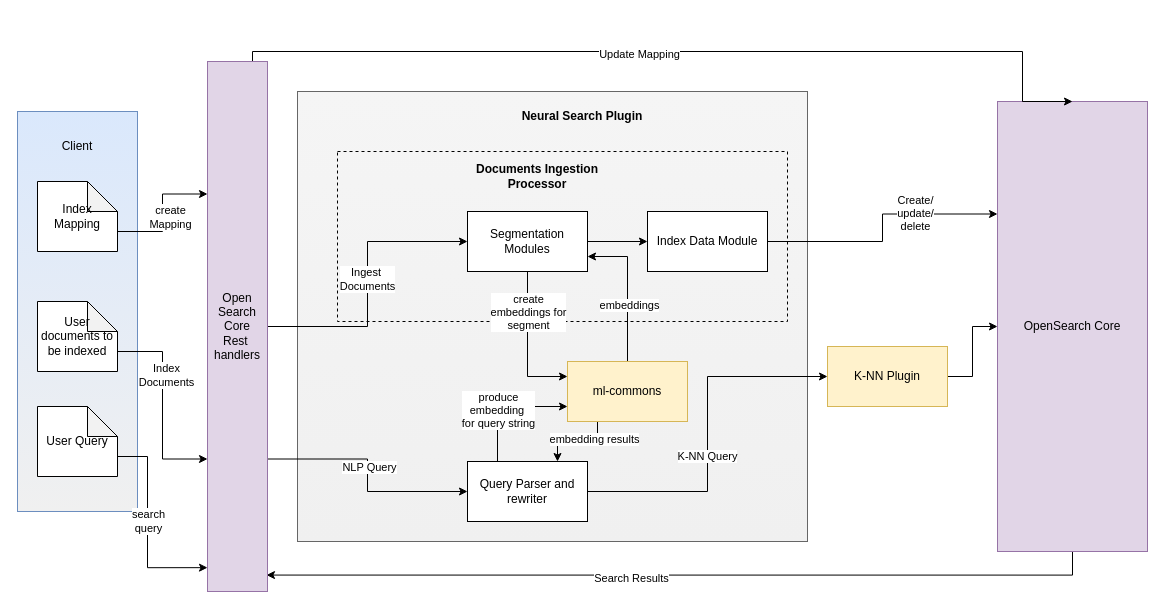
Above: OpenSearch/SemanticsSearch.drawio in navneet1v/FlowDiagram (draw.io), before the change. Source tidied: cells renumbered, new cells numbered last; positions are measured from the earlier drawing's top-left corner, leaving out a move shared by most shapes. Both pictures are drawn from the tidied source at 100%, with x=0, y=0 at pixel (17, 51).
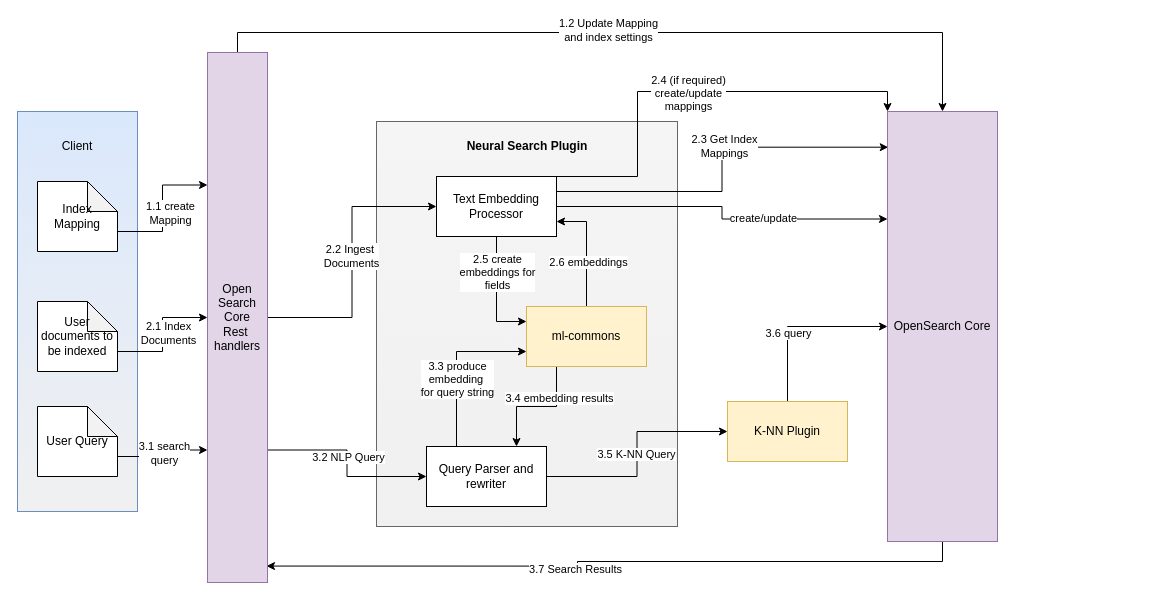
After the change.

Commit message:
Update SemanticsSearch.drawio with Ingestion module changes

Unchanged cells that the change refers to:
```xml
<mxCell id="6" style="edgeStyle=orthogonalEdgeStyle;rounded=0;jettySize=auto;html=1;exitX=0.5;exitY=1;exitDx=0;exitDy=0;entryX=0;entryY=0.25;entryDx=0;entryDy=0;" parent="1" edge="1" source="8" target="31">
  <mxGeometry relative="1" as="geometry" />
</mxCell>
<mxCell id="9" style="edgeStyle=orthogonalEdgeStyle;rounded=0;jettySize=auto;html=1;exitX=1;exitY=0.5;exitDx=0;exitDy=0;entryX=0;entryY=0.5;entryDx=0;entryDy=0;" parent="1" edge="1" source="13" target="45">
  <mxGeometry relative="1" as="geometry" />
</mxCell>
<mxCell id="11" style="edgeStyle=orthogonalEdgeStyle;rounded=0;jettySize=auto;html=1;exitX=0.25;exitY=0;exitDx=0;exitDy=0;entryX=0;entryY=0.75;entryDx=0;entryDy=0;" parent="1" edge="1" source="13" target="31">
  <mxGeometry relative="1" as="geometry" />
</mxCell>
<mxCell id="14" style="edgeStyle=orthogonalEdgeStyle;rounded=0;jettySize=auto;html=1;exitX=1;exitY=0.5;exitDx=0;exitDy=0;entryX=0;entryY=0.5;entryDx=0;entryDy=0;" parent="1" edge="1" source="39" target="8">
  <mxGeometry relative="1" as="geometry" />
</mxCell>
<mxCell id="16" style="edgeStyle=orthogonalEdgeStyle;rounded=0;jettySize=auto;html=1;exitX=1;exitY=0.75;exitDx=0;exitDy=0;entryX=0;entryY=0.5;entryDx=0;entryDy=0;" parent="1" edge="1" source="39" target="13">
  <mxGeometry relative="1" as="geometry" />
</mxCell>
<mxCell id="23" value="User documents to be indexed" style="shape=note;whiteSpace=wrap;html=1;backgroundOutline=1;darkOpacity=0.05;" parent="1" vertex="1">
  <mxGeometry x="20" y="250" width="80" height="70" as="geometry" />
</mxCell>
<mxCell id="26" value="User Query" style="shape=note;whiteSpace=wrap;html=1;backgroundOutline=1;darkOpacity=0.05;" parent="1" vertex="1">
  <mxGeometry x="20" y="355" width="80" height="70" as="geometry" />
</mxCell>
<mxCell id="27" style="edgeStyle=orthogonalEdgeStyle;rounded=0;jettySize=auto;html=1;exitX=0.25;exitY=1;exitDx=0;exitDy=0;entryX=0.75;entryY=0;entryDx=0;entryDy=0;" parent="1" edge="1" source="31" target="13">
  <mxGeometry relative="1" as="geometry" />
</mxCell>
<mxCell id="29" style="edgeStyle=orthogonalEdgeStyle;rounded=0;jettySize=auto;html=1;exitX=0.5;exitY=0;exitDx=0;exitDy=0;entryX=1;entryY=0.75;entryDx=0;entryDy=0;" parent="1" edge="1" source="31" target="8">
  <mxGeometry relative="1" as="geometry" />
</mxCell>
<mxCell id="32" style="edgeStyle=orthogonalEdgeStyle;rounded=0;jettySize=auto;html=1;exitX=0.5;exitY=1;exitDx=0;exitDy=0;entryX=0.983;entryY=0.969;entryDx=0;entryDy=0;entryPerimeter=0;" parent="1" edge="1" source="34" target="39">
  <mxGeometry relative="1" as="geometry" />
</mxCell>
<mxCell id="40" style="edgeStyle=orthogonalEdgeStyle;rounded=0;jettySize=auto;html=1;exitX=0;exitY=0;exitDx=80;exitDy=50;exitPerimeter=0;entryX=0;entryY=0.25;entryDx=0;entryDy=0;" parent="1" edge="1" source="42" target="39">
  <mxGeometry relative="1" as="geometry" />
</mxCell>
```

Diff of the diagram source:
```diff
@@
     <mxCell id="3" style="rounded=0;whiteSpace=wrap;html=1;fillColor=#f5f5f5;fontColor=#333333;strokeColor=#666666;gradientColor=#F0F0F0;" parent="1" vertex="1">
-      <mxGeometry x="280" y="40" width="510" height="450" as="geometry" />
+      <mxGeometry x="359" y="70" width="301" height="405" as="geometry" />
     </mxCell>
-    <mxCell id="4" style="rounded=0;whiteSpace=wrap;html=1;gradientColor=none;fillColor=none;dashed=1;" parent="1" vertex="1">
-      <mxGeometry x="320" y="100" width="450" height="170" as="geometry" />
-    </mxCell>
-    <mxCell id="5" style="edgeStyle=orthogonalEdgeStyle;rounded=0;jettySize=auto;html=1;exitX=1;exitY=0.5;exitDx=0;exitDy=0;entryX=0;entryY=0.5;entryDx=0;entryDy=0;" parent="1" edge="1" source="8" target="20">
-      <mxGeometry relative="1" as="geometry" />
-    </mxCell>
@@
-    <mxCell id="7" value="create&lt;br&gt;embeddings for&lt;br&gt;segment" style="edgeLabel;html=1;align=center;verticalAlign=middle;" parent="6" vertex="1">
+    <mxCell id="7" value="2.5 create&lt;br&gt;embeddings for&lt;br&gt;fields" style="edgeLabel;html=1;align=center;verticalAlign=middle;" parent="6" vertex="1">
       <mxGeometry x="-0.64" relative="1" as="geometry">
         <mxPoint y="14" as="offset" />
       </mxGeometry>
     </mxCell>
+    <mxCell id="46" style="edgeStyle=orthogonalEdgeStyle;rounded=0;jettySize=auto;html=1;exitX=1;exitY=0.5;exitDx=0;exitDy=0;entryX=0;entryY=0.25;entryDx=0;entryDy=0;" parent="1" edge="1" source="8" target="34">
+      <mxGeometry relative="1" as="geometry" />
+    </mxCell>
+    <mxCell id="47" value="create/update" style="edgeLabel;html=1;align=center;verticalAlign=middle;" parent="46" vertex="1">
+      <mxGeometry x="0.27" y="1" relative="1" as="geometry">
+        <mxPoint x="1" as="offset" />
+      </mxGeometry>
+    </mxCell>
+    <mxCell id="48" style="edgeStyle=orthogonalEdgeStyle;rounded=0;jettySize=auto;html=1;exitX=1;exitY=0.25;exitDx=0;exitDy=0;entryX=0.007;entryY=0.083;entryDx=0;entryDy=0;entryPerimeter=0;" parent="1" edge="1" source="8" target="34">
+      <mxGeometry relative="1" as="geometry" />
+    </mxCell>
+    <mxCell id="49" value="2.3 Get Index&lt;br&gt;Mappings" style="edgeLabel;html=1;align=center;verticalAlign=middle;" parent="48" vertex="1">
+      <mxGeometry x="0.13" y="1" relative="1" as="geometry" />
+    </mxCell>
-    <mxCell id="8" value="Segmentation Modules" style="rounded=0;whiteSpace=wrap;html=1;" parent="1" vertex="1">
-      <mxGeometry x="450" y="160" width="120" height="60" as="geometry" />
+    <mxCell id="8" value="Text Embedding Processor" style="rounded=0;whiteSpace=wrap;html=1;" parent="1" vertex="1">
+      <mxGeometry x="419" y="125" width="120" height="60" as="geometry" />
     </mxCell>
@@
-    <mxCell id="10" value="K-NN Query" style="edgeLabel;html=1;align=center;verticalAlign=middle;" parent="9" vertex="1">
-      <mxGeometry x="-0.12" y="1" relative="1" as="geometry" />
-    </mxCell>
+    <mxCell id="50" value="3.5 K-NN Query" style="edgeLabel;html=1;align=center;verticalAlign=middle;" parent="9" vertex="1">
+      <mxGeometry x="0.01" y="1" relative="1" as="geometry">
+        <mxPoint y="1" as="offset" />
+      </mxGeometry>
+    </mxCell>
@@
-    <mxCell id="12" value="produce&lt;br&gt;embedding&amp;nbsp;&lt;br&gt;for query string" style="edgeLabel;html=1;align=center;verticalAlign=middle;" parent="11" vertex="1">
+    <mxCell id="12" value="3.3 produce&lt;br&gt;embedding&amp;nbsp;&lt;br&gt;for query string" style="edgeLabel;html=1;align=center;verticalAlign=middle;" parent="11" vertex="1">
       <mxGeometry x="-0.17" relative="1" as="geometry" />
     </mxCell>
     <mxCell id="13" value="Query Parser and rewriter" style="rounded=0;whiteSpace=wrap;html=1;" parent="1" vertex="1">
-      <mxGeometry x="450" y="410" width="120" height="60" as="geometry" />
+      <mxGeometry x="409" y="395" width="120" height="60" as="geometry" />
     </mxCell>
@@
-    <mxCell id="15" value="Ingest&amp;nbsp;&lt;br&gt;Documents" style="edgeLabel;html=1;align=center;verticalAlign=middle;" parent="14" vertex="1">
+    <mxCell id="15" value="2.2 Ingest&amp;nbsp;&lt;br&gt;Documents" style="edgeLabel;html=1;align=center;verticalAlign=middle;" parent="14" vertex="1">
       <mxGeometry x="0.04" y="1" relative="1" as="geometry" />
     </mxCell>
@@
-    <mxCell id="17" value="NLP Query" style="edgeLabel;html=1;align=center;verticalAlign=middle;" parent="16" vertex="1">
+    <mxCell id="17" value="3.2 NLP Query" style="edgeLabel;html=1;align=center;verticalAlign=middle;" parent="16" vertex="1">
       <mxGeometry x="-0.07" y="1" relative="1" as="geometry" />
     </mxCell>
-    <mxCell id="18" style="edgeStyle=orthogonalEdgeStyle;rounded=0;jettySize=auto;html=1;exitX=1;exitY=0.5;exitDx=0;exitDy=0;entryX=0;entryY=0.25;entryDx=0;entryDy=0;" parent="1" edge="1" source="20" target="34">
-      <mxGeometry relative="1" as="geometry" />
-    </mxCell>
-    <mxCell id="19" value="Create/&lt;br&gt;update/&lt;br&gt;delete" style="edgeLabel;html=1;align=center;verticalAlign=middle;" parent="18" vertex="1">
-      <mxGeometry x="0.36" y="1" relative="1" as="geometry" />
-    </mxCell>
-    <mxCell id="20" value="Index Data Module" style="rounded=0;whiteSpace=wrap;html=1;" parent="1" vertex="1">
-      <mxGeometry x="630" y="160" width="120" height="60" as="geometry" />
-    </mxCell>
-    <mxCell id="21" style="edgeStyle=orthogonalEdgeStyle;rounded=0;jettySize=auto;html=1;exitX=0;exitY=0;exitDx=80;exitDy=50;exitPerimeter=0;entryX=0;entryY=0.75;entryDx=0;entryDy=0;" parent="1" edge="1" source="23" target="39">
+    <mxCell id="21" style="edgeStyle=orthogonalEdgeStyle;rounded=0;jettySize=auto;html=1;exitX=0;exitY=0;exitDx=80;exitDy=50;exitPerimeter=0;entryX=0;entryY=0.5;entryDx=0;entryDy=0;" parent="1" edge="1" source="23" target="39">
       <mxGeometry relative="1" as="geometry" />
     </mxCell>
-    <mxCell id="22" value="Index&lt;br&gt;Documents" style="edgeLabel;html=1;align=center;verticalAlign=middle;" parent="21" vertex="1">
+    <mxCell id="22" value="2.1 Index&lt;br&gt;Documents" style="edgeLabel;html=1;align=center;verticalAlign=middle;" parent="21" vertex="1">
       <mxGeometry x="-0.18" y="-1" relative="1" as="geometry">
         <mxPoint x="4" y="-13" as="offset" />
       </mxGeometry>
     </mxCell>
@@
-    <mxCell id="24" style="edgeStyle=orthogonalEdgeStyle;rounded=0;jettySize=auto;html=1;exitX=0;exitY=0;exitDx=80;exitDy=50;exitPerimeter=0;entryX=0;entryY=0.955;entryDx=0;entryDy=0;entryPerimeter=0;" parent="1" edge="1" source="26" target="39">
-      <mxGeometry relative="1" as="geometry">
-        <Array as="points">
-          <mxPoint x="130" y="405" />
-          <mxPoint x="130" y="516" />
-        </Array>
-      </mxGeometry>
+    <mxCell id="24" style="edgeStyle=orthogonalEdgeStyle;rounded=0;jettySize=auto;html=1;exitX=0;exitY=0;exitDx=80;exitDy=50;exitPerimeter=0;entryX=0;entryY=0.75;entryDx=0;entryDy=0;" parent="1" edge="1" source="26" target="39">
+      <mxGeometry relative="1" as="geometry" />
     </mxCell>
-    <mxCell id="25" value="search&lt;br&gt;query" style="edgeLabel;html=1;align=center;verticalAlign=middle;" parent="24" vertex="1">
-      <mxGeometry x="-0.07" relative="1" as="geometry" />
-    </mxCell>
+    <mxCell id="51" value="3.1 search&lt;br&gt;query" style="edgeLabel;html=1;align=center;verticalAlign=middle;" parent="24" vertex="1">
+      <mxGeometry x="-0.03" y="2" relative="1" as="geometry">
+        <mxPoint x="3" y="-2" as="offset" />
+      </mxGeometry>
+    </mxCell>
@@
-    <mxCell id="28" value="embedding results" style="edgeLabel;html=1;align=center;verticalAlign=middle;" parent="27" vertex="1">
+    <mxCell id="28" value="3.4 embedding results" style="edgeLabel;html=1;align=center;verticalAlign=middle;" parent="27" vertex="1">
       <mxGeometry x="-0.4" y="2" relative="1" as="geometry">
         <mxPoint y="-5" as="offset" />
       </mxGeometry>
     </mxCell>
@@
-    <mxCell id="30" value="embeddings" style="edgeLabel;html=1;align=center;verticalAlign=middle;" parent="29" vertex="1">
+    <mxCell id="30" value="2.6 embeddings" style="edgeLabel;html=1;align=center;verticalAlign=middle;" parent="29" vertex="1">
       <mxGeometry x="-0.21" y="-1" relative="1" as="geometry" />
     </mxCell>
     <mxCell id="31" value="ml-commons" style="rounded=0;whiteSpace=wrap;html=1;fillColor=#fff2cc;strokeColor=#d6b656;" parent="1" vertex="1">
-      <mxGeometry x="550" y="310" width="120" height="60" as="geometry" />
+      <mxGeometry x="509" y="255" width="120" height="60" as="geometry" />
     </mxCell>
@@
-    <mxCell id="33" value="Search Results" style="edgeLabel;html=1;align=center;verticalAlign=middle;" parent="32" vertex="1">
+    <mxCell id="33" value="3.7 Search Results" style="edgeLabel;html=1;align=center;verticalAlign=middle;" parent="32" vertex="1">
       <mxGeometry x="0.12" y="2" relative="1" as="geometry">
         <mxPoint y="1" as="offset" />
       </mxGeometry>
     </mxCell>
+    <mxCell id="52" style="edgeStyle=orthogonalEdgeStyle;rounded=0;jettySize=auto;html=1;exitX=1;exitY=0;exitDx=0;exitDy=0;entryX=0;entryY=0;entryDx=0;entryDy=0;" parent="1" edge="1" source="8" target="34">
+      <mxGeometry relative="1" as="geometry">
+        <Array as="points">
+          <mxPoint x="620" y="125" />
+          <mxPoint x="620" y="40" />
+          <mxPoint x="870" y="40" />
+        </Array>
+      </mxGeometry>
+    </mxCell>
+    <mxCell id="53" value="2.4 (if required)&lt;br&gt;create/update&lt;br&gt;mappings" style="edgeLabel;html=1;align=center;verticalAlign=middle;" parent="52" vertex="1">
+      <mxGeometry x="-0.01" y="-1" relative="1" as="geometry" />
+    </mxCell>
     <mxCell id="34" value="OpenSearch Core" style="rounded=0;whiteSpace=wrap;html=1;fillColor=#e1d5e7;strokeColor=#9673a6;" parent="1" vertex="1">
-      <mxGeometry x="980" y="50" width="150" height="450" as="geometry" />
+      <mxGeometry x="870" y="60" width="110" height="430" as="geometry" />
     </mxCell>
     <mxCell id="35" value="&lt;b&gt;Neural Search Plugin&lt;/b&gt;" style="text;html=1;strokeColor=none;fillColor=none;align=center;verticalAlign=middle;whiteSpace=wrap;rounded=0;" parent="1" vertex="1">
-      <mxGeometry x="495" y="50" width="140" height="30" as="geometry" />
+      <mxGeometry x="440" y="80" width="140" height="30" as="geometry" />
     </mxCell>
-    <mxCell id="36" value="&lt;b&gt;Documents Ingestion Processor&lt;/b&gt;" style="text;html=1;strokeColor=none;fillColor=none;align=center;verticalAlign=middle;whiteSpace=wrap;rounded=0;" parent="1" vertex="1">
-      <mxGeometry x="450" y="110" width="140" height="30" as="geometry" />
-    </mxCell>
-    <mxCell id="37" style="edgeStyle=orthogonalEdgeStyle;rounded=0;jettySize=auto;html=1;exitX=0.75;exitY=0;exitDx=0;exitDy=0;entryX=0.5;entryY=0;entryDx=0;entryDy=0;" parent="1" edge="1" source="39" target="34">
-      <mxGeometry relative="1" as="geometry">
-        <Array as="points">
-          <mxPoint x="235" />
-          <mxPoint x="1005" />
-        </Array>
-      </mxGeometry>
+    <mxCell id="37" style="edgeStyle=orthogonalEdgeStyle;rounded=0;jettySize=auto;html=1;exitX=0.5;exitY=0;exitDx=0;exitDy=0;entryX=0.5;entryY=0;entryDx=0;entryDy=0;" parent="1" edge="1" source="39" target="34">
+      <mxGeometry relative="1" as="geometry" />
     </mxCell>
-    <mxCell id="38" value="Update Mapping" style="edgeLabel;html=1;align=center;verticalAlign=middle;" parent="37" vertex="1">
-      <mxGeometry x="-0.1" y="-2" relative="1" as="geometry" />
-    </mxCell>
+    <mxCell id="54" value="1.2 Update Mapping&lt;br&gt;and index settings" style="edgeLabel;html=1;align=center;verticalAlign=middle;" parent="37" vertex="1">
+      <mxGeometry x="-0.03" y="4" relative="1" as="geometry">
+        <mxPoint y="1" as="offset" />
+      </mxGeometry>
+    </mxCell>
     <mxCell id="39" value="Open &lt;br&gt;Search&lt;br&gt;Core&lt;br&gt;Rest&amp;nbsp;&lt;br&gt;handlers" style="rounded=0;whiteSpace=wrap;html=1;fillColor=#e1d5e7;strokeColor=#9673a6;" parent="1" vertex="1">
-      <mxGeometry x="190" y="10" width="60" height="530" as="geometry" />
+      <mxGeometry x="190" y="1" width="60" height="530" as="geometry" />
     </mxCell>
@@
-    <mxCell id="41" value="create&lt;br&gt;Mapping" style="edgeLabel;html=1;align=center;verticalAlign=middle;" parent="40" vertex="1">
+    <mxCell id="41" value="1.1 create&lt;br&gt;Mapping" style="edgeLabel;html=1;align=center;verticalAlign=middle;" parent="40" vertex="1">
       <mxGeometry x="-0.26" y="2" relative="1" as="geometry">
         <mxPoint x="9" y="-13" as="offset" />
       </mxGeometry>
     </mxCell>
@@
-    <mxCell id="44" style="edgeStyle=orthogonalEdgeStyle;rounded=0;jettySize=auto;html=1;exitX=1;exitY=0.5;exitDx=0;exitDy=0;" parent="1" edge="1" source="45" target="34">
+    <mxCell id="44" style="edgeStyle=orthogonalEdgeStyle;rounded=0;jettySize=auto;html=1;exitX=0.5;exitY=0;exitDx=0;exitDy=0;" parent="1" edge="1" source="45" target="34">
       <mxGeometry relative="1" as="geometry" />
     </mxCell>
+    <mxCell id="55" value="3.6 query" style="edgeLabel;html=1;align=center;verticalAlign=middle;" parent="44" vertex="1">
+      <mxGeometry x="-0.2" relative="1" as="geometry">
+        <mxPoint y="1" as="offset" />
+      </mxGeometry>
+    </mxCell>
     <mxCell id="45" value="K-NN Plugin" style="rounded=0;whiteSpace=wrap;html=1;fillColor=#fff2cc;strokeColor=#d6b656;" parent="1" vertex="1">
-      <mxGeometry x="810" y="295" width="120" height="60" as="geometry" />
+      <mxGeometry x="710" y="350" width="120" height="60" as="geometry" />
     </mxCell>
```
